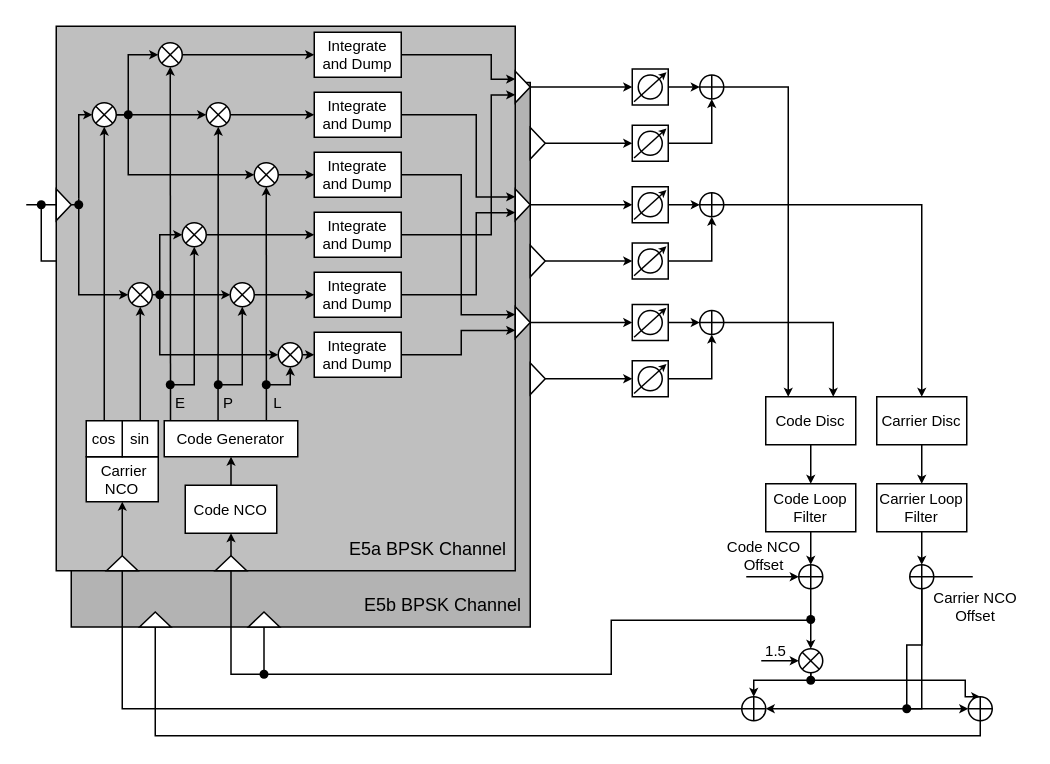
This is page "页-1" (9 of 10) of Untitled Diagram.drawio from FanTongwen/drawio, a draw.io file, before an edit. Source tidied: cells renumbered, new cells numbered last; positions are measured from the earlier drawing's top-left corner, leaving out a move shared by most shapes. Both pictures are drawn from the tidied source at 150%, with x=0, y=0 at pixel (26, 26).
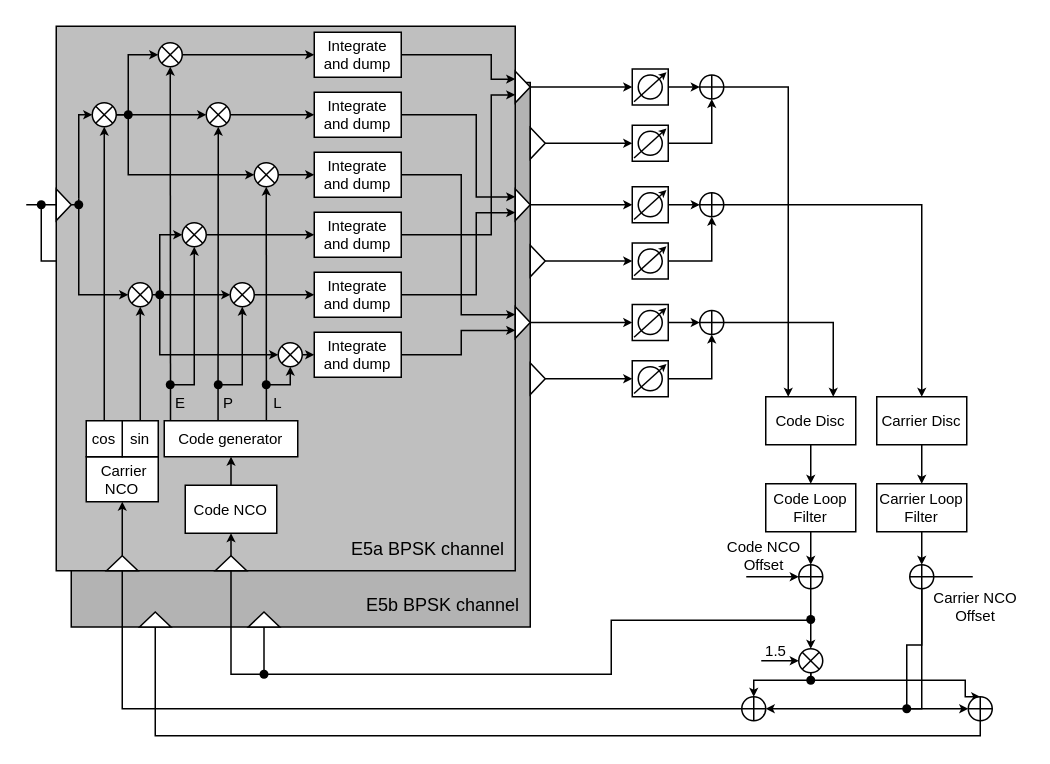
The same diagram, later.

Unchanged cells that the change refers to:
```xml
<mxCell id="3" style="group;" parent="2" vertex="1">
  <mxGeometry width="316" height="363" as="geometry" />
</mxCell>
```

Diff of the diagram source:
```diff
@@
-    <mxCell id="9" value="E5b BPSK Channel" style="text;html=1;strokeColor=none;fillColor=none;align=center;verticalAlign=middle;whiteSpace=wrap;rounded=0;" parent="3" vertex="1">
+    <mxCell id="9" value="E5b BPSK channel" style="text;html=1;strokeColor=none;fillColor=none;align=center;verticalAlign=middle;whiteSpace=wrap;rounded=0;" parent="3" vertex="1">
       <mxGeometry x="190" y="333" width="116" height="30" as="geometry" />
     </mxCell>
@@
-    <mxCell id="26" value="&lt;span style=&quot;font-size: 10px;&quot;&gt;Integrate&lt;br style=&quot;font-size: 10px;&quot;&gt;and Dump&lt;br style=&quot;font-size: 10px;&quot;&gt;&lt;/span&gt;" style="rounded=0;whiteSpace=wrap;html=1;fontSize=10;fontFamily=Arial;" parent="1" vertex="1">
+    <mxCell id="26" value="&lt;span style=&quot;font-size: 10px;&quot;&gt;Integrate&lt;br style=&quot;font-size: 10px;&quot;&gt;and dump&lt;br style=&quot;font-size: 10px;&quot;&gt;&lt;/span&gt;" style="rounded=0;whiteSpace=wrap;html=1;fontSize=10;fontFamily=Arial;" parent="1" vertex="1">
       <mxGeometry x="192" y="204" width="58" height="30" as="geometry" />
     </mxCell>
@@
-    <mxCell id="38" value="&lt;span style=&quot;font-size: 10px;&quot;&gt;Integrate&lt;br style=&quot;font-size: 10px;&quot;&gt;and Dump&lt;br style=&quot;font-size: 10px;&quot;&gt;&lt;/span&gt;" style="rounded=0;whiteSpace=wrap;html=1;fontSize=10;fontFamily=Arial;" parent="1" vertex="1">
+    <mxCell id="38" value="&lt;span style=&quot;font-size: 10px;&quot;&gt;Integrate&lt;br style=&quot;font-size: 10px;&quot;&gt;and dump&lt;br style=&quot;font-size: 10px;&quot;&gt;&lt;/span&gt;" style="rounded=0;whiteSpace=wrap;html=1;fontSize=10;fontFamily=Arial;" parent="1" vertex="1">
       <mxGeometry x="192" y="4" width="58" height="30" as="geometry" />
     </mxCell>
-    <mxCell id="39" value="&lt;span style=&quot;font-size: 10px;&quot;&gt;Integrate&lt;br style=&quot;font-size: 10px;&quot;&gt;and Dump&lt;br style=&quot;font-size: 10px;&quot;&gt;&lt;/span&gt;" style="rounded=0;whiteSpace=wrap;html=1;fontSize=10;fontFamily=Arial;" parent="1" vertex="1">
+    <mxCell id="39" value="&lt;span style=&quot;font-size: 10px;&quot;&gt;Integrate&lt;br style=&quot;font-size: 10px;&quot;&gt;and dump&lt;br style=&quot;font-size: 10px;&quot;&gt;&lt;/span&gt;" style="rounded=0;whiteSpace=wrap;html=1;fontSize=10;fontFamily=Arial;" parent="1" vertex="1">
       <mxGeometry x="192" y="44" width="58" height="30" as="geometry" />
     </mxCell>
-    <mxCell id="40" value="&lt;span style=&quot;font-size: 10px;&quot;&gt;Integrate&lt;br style=&quot;font-size: 10px;&quot;&gt;and Dump&lt;br style=&quot;font-size: 10px;&quot;&gt;&lt;/span&gt;" style="rounded=0;whiteSpace=wrap;html=1;fontSize=10;fontFamily=Arial;" parent="1" vertex="1">
+    <mxCell id="40" value="&lt;span style=&quot;font-size: 10px;&quot;&gt;Integrate&lt;br style=&quot;font-size: 10px;&quot;&gt;and dump&lt;br style=&quot;font-size: 10px;&quot;&gt;&lt;/span&gt;" style="rounded=0;whiteSpace=wrap;html=1;fontSize=10;fontFamily=Arial;" parent="1" vertex="1">
       <mxGeometry x="192" y="84" width="58" height="30" as="geometry" />
     </mxCell>
-    <mxCell id="41" value="&lt;span style=&quot;font-size: 10px;&quot;&gt;Integrate&lt;br style=&quot;font-size: 10px;&quot;&gt;and Dump&lt;br style=&quot;font-size: 10px;&quot;&gt;&lt;/span&gt;" style="rounded=0;whiteSpace=wrap;html=1;fontSize=10;fontFamily=Arial;" parent="1" vertex="1">
+    <mxCell id="41" value="&lt;span style=&quot;font-size: 10px;&quot;&gt;Integrate&lt;br style=&quot;font-size: 10px;&quot;&gt;and dump&lt;br style=&quot;font-size: 10px;&quot;&gt;&lt;/span&gt;" style="rounded=0;whiteSpace=wrap;html=1;fontSize=10;fontFamily=Arial;" parent="1" vertex="1">
       <mxGeometry x="192" y="124" width="58" height="30" as="geometry" />
     </mxCell>
-    <mxCell id="42" value="&lt;span style=&quot;font-size: 10px;&quot;&gt;Integrate&lt;br style=&quot;font-size: 10px;&quot;&gt;and Dump&lt;br style=&quot;font-size: 10px;&quot;&gt;&lt;/span&gt;" style="rounded=0;whiteSpace=wrap;html=1;fontSize=10;fontFamily=Arial;" parent="1" vertex="1">
+    <mxCell id="42" value="&lt;span style=&quot;font-size: 10px;&quot;&gt;Integrate&lt;br style=&quot;font-size: 10px;&quot;&gt;and dump&lt;br style=&quot;font-size: 10px;&quot;&gt;&lt;/span&gt;" style="rounded=0;whiteSpace=wrap;html=1;fontSize=10;fontFamily=Arial;" parent="1" vertex="1">
       <mxGeometry x="192" y="164" width="58" height="30" as="geometry" />
     </mxCell>
@@
-    <mxCell id="46" value="Code Generator" style="rounded=0;whiteSpace=wrap;html=1;points=[[0,0.5,0,0,0],[0,0.75,0,0,0],[0,1,0,0,0],[0.06,0,0,0,0],[0.25,1,0,0,0],[0.4,0,0,0,0],[0.51,1,0,0,0],[0.75,1,0,0,0],[0.76,0,0,0,0],[1,0.25,0,0,0],[1,0.5,0,0,0],[1,0.75,0,0,0],[1,1,0,0,0]];fontSize=10;fontFamily=Arial;" parent="1" vertex="1">
+    <mxCell id="46" value="Code generator" style="rounded=0;whiteSpace=wrap;html=1;points=[[0,0.5,0,0,0],[0,0.75,0,0,0],[0,1,0,0,0],[0.06,0,0,0,0],[0.25,1,0,0,0],[0.4,0,0,0,0],[0.51,1,0,0,0],[0.75,1,0,0,0],[0.76,0,0,0,0],[1,0.25,0,0,0],[1,0.5,0,0,0],[1,0.75,0,0,0],[1,1,0,0,0]];fontSize=10;fontFamily=Arial;" parent="1" vertex="1">
       <mxGeometry x="92" y="263" width="89" height="24" as="geometry" />
     </mxCell>
@@
-    <mxCell id="97" value="E5a BPSK Channel" style="text;html=1;strokeColor=none;fillColor=none;align=center;verticalAlign=middle;whiteSpace=wrap;rounded=0;" parent="1" vertex="1">
+    <mxCell id="97" value="E5a BPSK channel" style="text;html=1;strokeColor=none;fillColor=none;align=center;verticalAlign=middle;whiteSpace=wrap;rounded=0;" parent="1" vertex="1">
       <mxGeometry x="210" y="334" width="116" height="30" as="geometry" />
     </mxCell>
```
